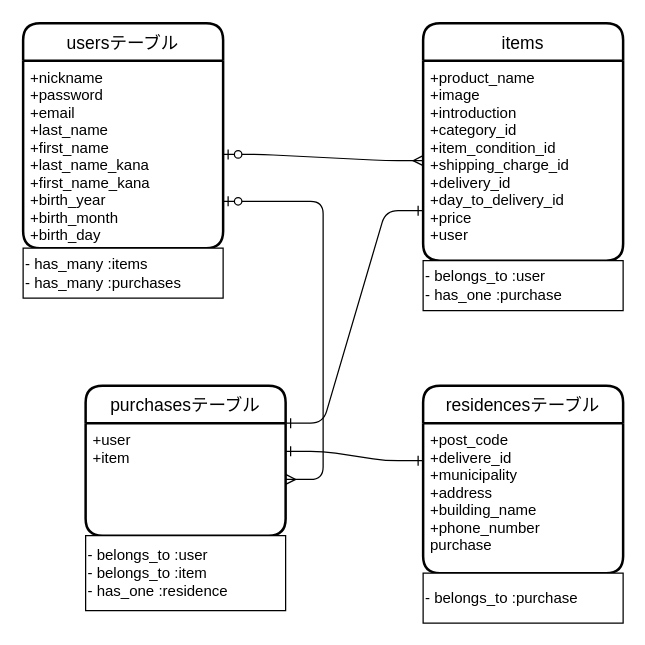
The draw.io diagram ER.dio in gussann/furima-35501, before the edit. Source tidied: cells renumbered, new cells numbered last; positions are measured from the earlier drawing's top-left corner, leaving out a move shared by most shapes. Both pictures are drawn from the tidied source at 125%, with x=0, y=0 at pixel (22, 22).
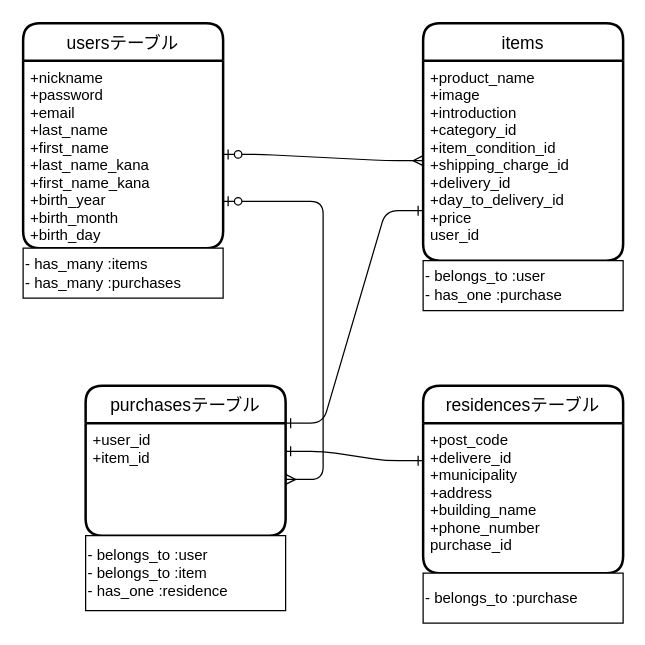
The same page after the edit.

Commit message:
ER図のカラム名の修正

What changed in the source:
```diff
@@
 <mxGraphModel>
   <root>
     <mxCell id="0" />
     <mxCell id="1" parent="0" />
     <mxCell id="2" value="usersテーブル" style="swimlane;horizontal=1;startSize=30;rounded=1;fontSize=14;fontStyle=0;strokeWidth=2;shadow=0;dashed=0;align=center;" parent="1" vertex="1">
       <mxGeometry width="160" height="180" as="geometry" />
     </mxCell>
     <mxCell id="3" value="+nickname&#10;+password&#10;+email&#10;+last_name&#10;+first_name&#10;+last_name_kana&#10;+first_name_kana&#10;+birth_year&#10;+birth_month&#10;+birth_day&#10;" style="align=left;strokeColor=none;fillColor=none;spacingLeft=4;fontSize=12;verticalAlign=top;" parent="2" vertex="1">
       <mxGeometry y="30" width="160" height="150" as="geometry" />
     </mxCell>
     <mxCell id="4" value="items" style="swimlane;horizontal=1;startSize=30;rounded=1;fontSize=14;fontStyle=0;strokeWidth=2;shadow=0;dashed=0;align=center;" parent="1" vertex="1">
       <mxGeometry x="320" width="160" height="190" as="geometry" />
     </mxCell>
-    <mxCell id="5" value="+product_name&#10;+image&#10;+introduction&#10;+category_id&#10;+item_condition_id&#10;+shipping_charge_id&#10;+delivery_id&#10;+day_to_delivery_id&#10;+price&#10;+user" style="align=left;strokeColor=none;fillColor=none;spacingLeft=4;fontSize=12;verticalAlign=top;" parent="4" vertex="1">
+    <mxCell id="5" value="+product_name&#10;+image&#10;+introduction&#10;+category_id&#10;+item_condition_id&#10;+shipping_charge_id&#10;+delivery_id&#10;+day_to_delivery_id&#10;+price&#10;user_id" style="align=left;strokeColor=none;fillColor=none;spacingLeft=4;fontSize=12;verticalAlign=top;" parent="4" vertex="1">
       <mxGeometry y="30" width="160" height="160" as="geometry" />
     </mxCell>
     <mxCell id="6" style="edgeStyle=entityRelationEdgeStyle;fontSize=12;html=1;endArrow=ERmany;startArrow=ERzeroToOne;endFill=0;entryX=0;entryY=0.5;entryDx=0;entryDy=0;exitX=1;exitY=0.5;exitDx=0;exitDy=0;" parent="1" edge="1" source="3" target="5">
       <mxGeometry relative="1" as="geometry" />
     </mxCell>
     <mxCell id="7" value="purchasesテーブル" style="swimlane;horizontal=1;startSize=30;rounded=1;fontSize=14;fontStyle=0;strokeWidth=2;shadow=0;dashed=0;align=center;" parent="1" vertex="1">
       <mxGeometry x="50" y="290" width="160" height="120" as="geometry" />
     </mxCell>
-    <mxCell id="8" value="+user&#10;+item&#10;" style="align=left;strokeColor=none;fillColor=none;spacingLeft=4;fontSize=12;verticalAlign=top;" parent="7" vertex="1">
+    <mxCell id="8" value="+user_id&#10;+item_id&#10;" style="align=left;strokeColor=none;fillColor=none;spacingLeft=4;fontSize=12;verticalAlign=top;" parent="7" vertex="1">
       <mxGeometry y="30" width="160" height="90" as="geometry" />
     </mxCell>
     <mxCell id="9" style="edgeStyle=entityRelationEdgeStyle;fontSize=12;html=1;endArrow=ERmany;startArrow=ERzeroToOne;exitX=1;exitY=0.75;exitDx=0;exitDy=0;rounded=1;endFill=0;" parent="1" edge="1" source="3" target="8">
       <mxGeometry relative="1" as="geometry" />
     </mxCell>
     <mxCell id="10" style="edgeStyle=entityRelationEdgeStyle;fontSize=12;html=1;endArrow=ERone;endFill=0;entryX=0;entryY=0.75;entryDx=0;entryDy=0;exitX=1;exitY=0;exitDx=0;exitDy=0;startArrow=ERone;startFill=0;" parent="1" edge="1" source="8" target="5">
       <mxGeometry relative="1" as="geometry" />
     </mxCell>
     <mxCell id="11" value="residencesテーブル" style="swimlane;horizontal=1;startSize=30;rounded=1;fontSize=14;fontStyle=0;strokeWidth=2;shadow=0;dashed=0;align=center;" parent="1" vertex="1">
       <mxGeometry x="320" y="290" width="160" height="150" as="geometry" />
     </mxCell>
-    <mxCell id="12" value="+post_code&#10;+delivere_id&#10;+municipality&#10;+address&#10;+building_name&#10;+phone_number&#10;purchase" style="align=left;strokeColor=none;fillColor=none;spacingLeft=4;fontSize=12;verticalAlign=top;" parent="11" vertex="1">
+    <mxCell id="12" value="+post_code&#10;+delivere_id&#10;+municipality&#10;+address&#10;+building_name&#10;+phone_number&#10;purchase_id" style="align=left;strokeColor=none;fillColor=none;spacingLeft=4;fontSize=12;verticalAlign=top;" parent="11" vertex="1">
       <mxGeometry y="30" width="160" height="120" as="geometry" />
     </mxCell>
     <mxCell id="13" style="edgeStyle=entityRelationEdgeStyle;fontSize=12;html=1;endArrow=ERone;endFill=1;entryX=0;entryY=0.25;entryDx=0;entryDy=0;exitX=1;exitY=0.25;exitDx=0;exitDy=0;startArrow=ERone;startFill=0;" parent="1" edge="1" source="8" target="12">
       <mxGeometry relative="1" as="geometry" />
     </mxCell>
     <mxCell id="14" value="- has_many :items&lt;br&gt;- has_many :purchases" style="whiteSpace=wrap;html=1;align=left;" parent="1" vertex="1">
       <mxGeometry y="180" width="160" height="40" as="geometry" />
     </mxCell>
     <mxCell id="15" value="- belongs_to :user&lt;br&gt;- has_one :purchase" style="whiteSpace=wrap;html=1;align=left;" parent="1" vertex="1">
       <mxGeometry x="320" y="190" width="160" height="40" as="geometry" />
     </mxCell>
     <mxCell id="16" value="- belongs_to :user&lt;br&gt;- belongs_to :item&lt;br&gt;- has_one :residence" style="whiteSpace=wrap;html=1;align=left;" parent="1" vertex="1">
       <mxGeometry x="50" y="410" width="160" height="60" as="geometry" />
     </mxCell>
     <mxCell id="17" value="- belongs_to :purchase" style="whiteSpace=wrap;html=1;align=left;" parent="1" vertex="1">
       <mxGeometry x="320" y="440" width="160" height="40" as="geometry" />
     </mxCell>
   </root>
 </mxGraphModel>
```
